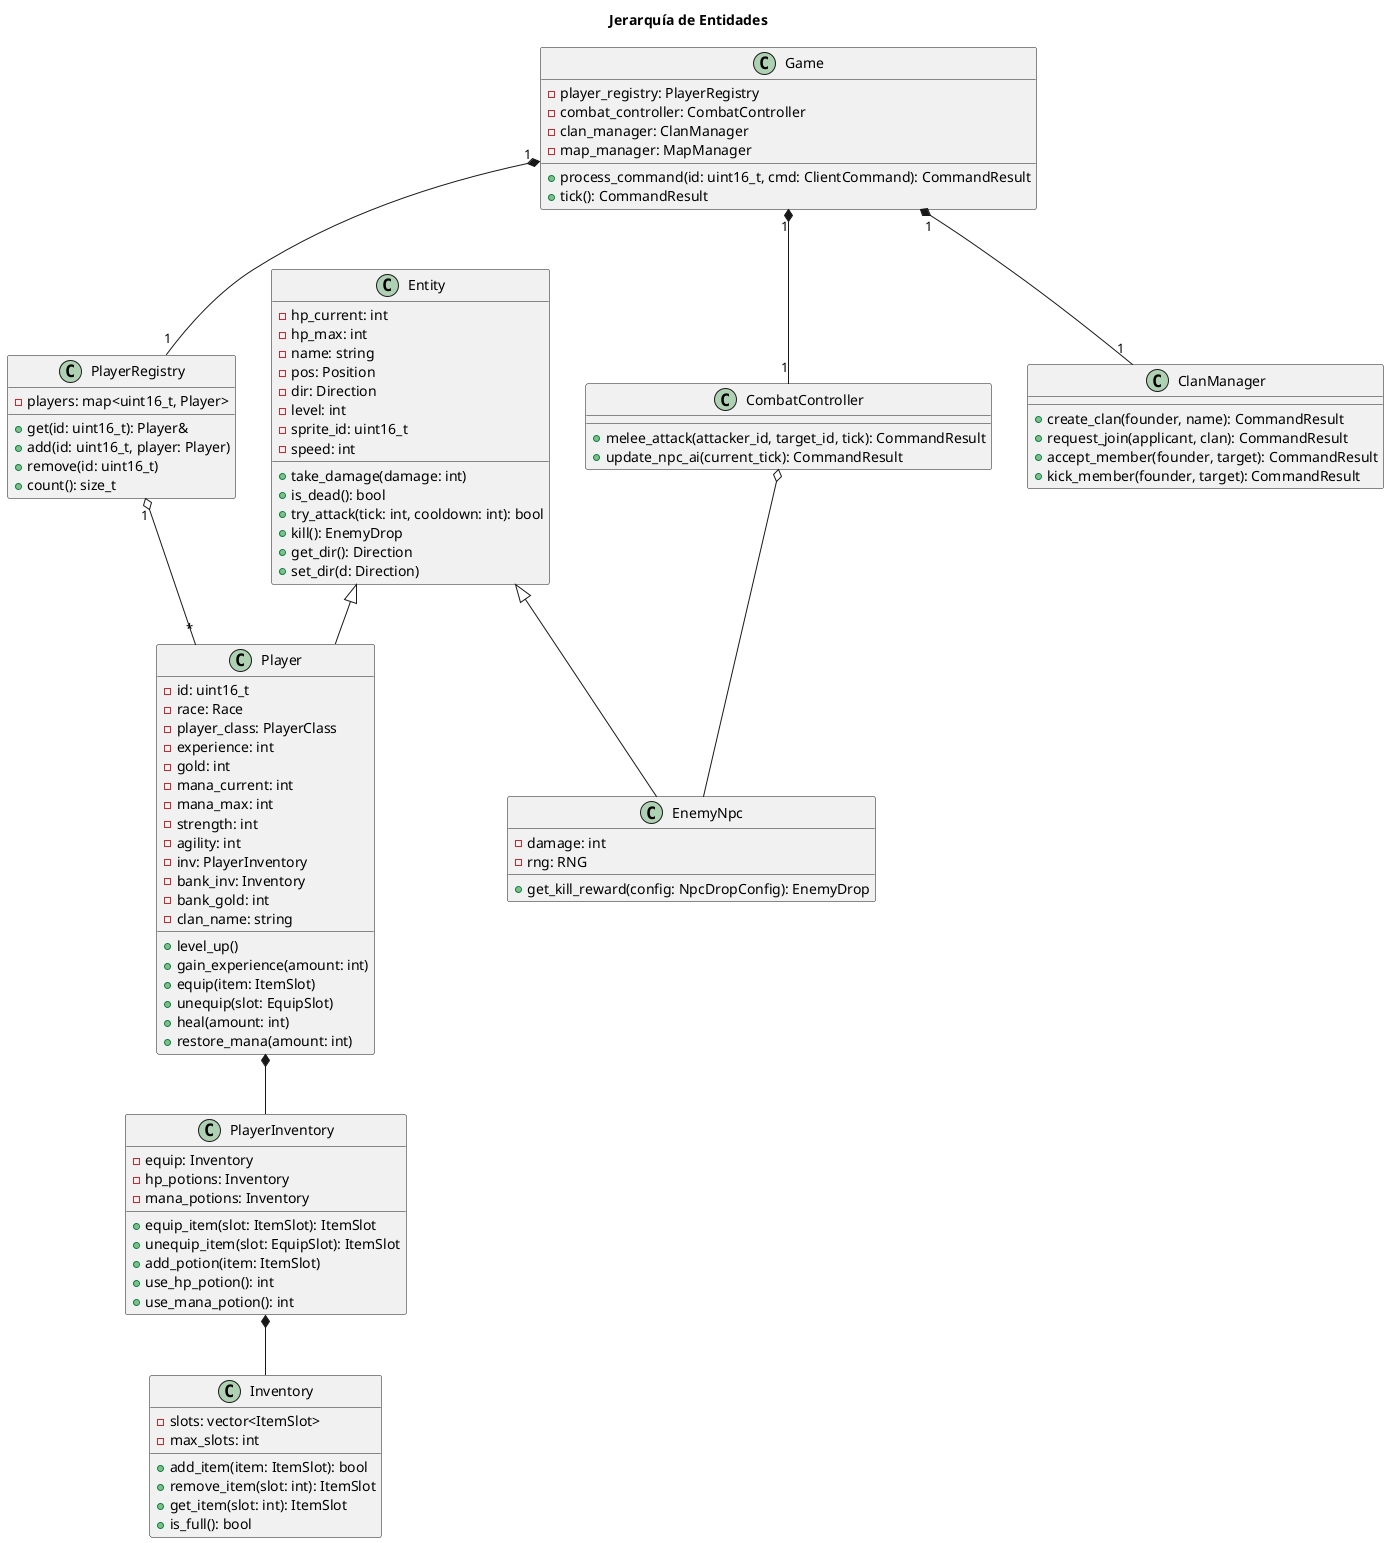
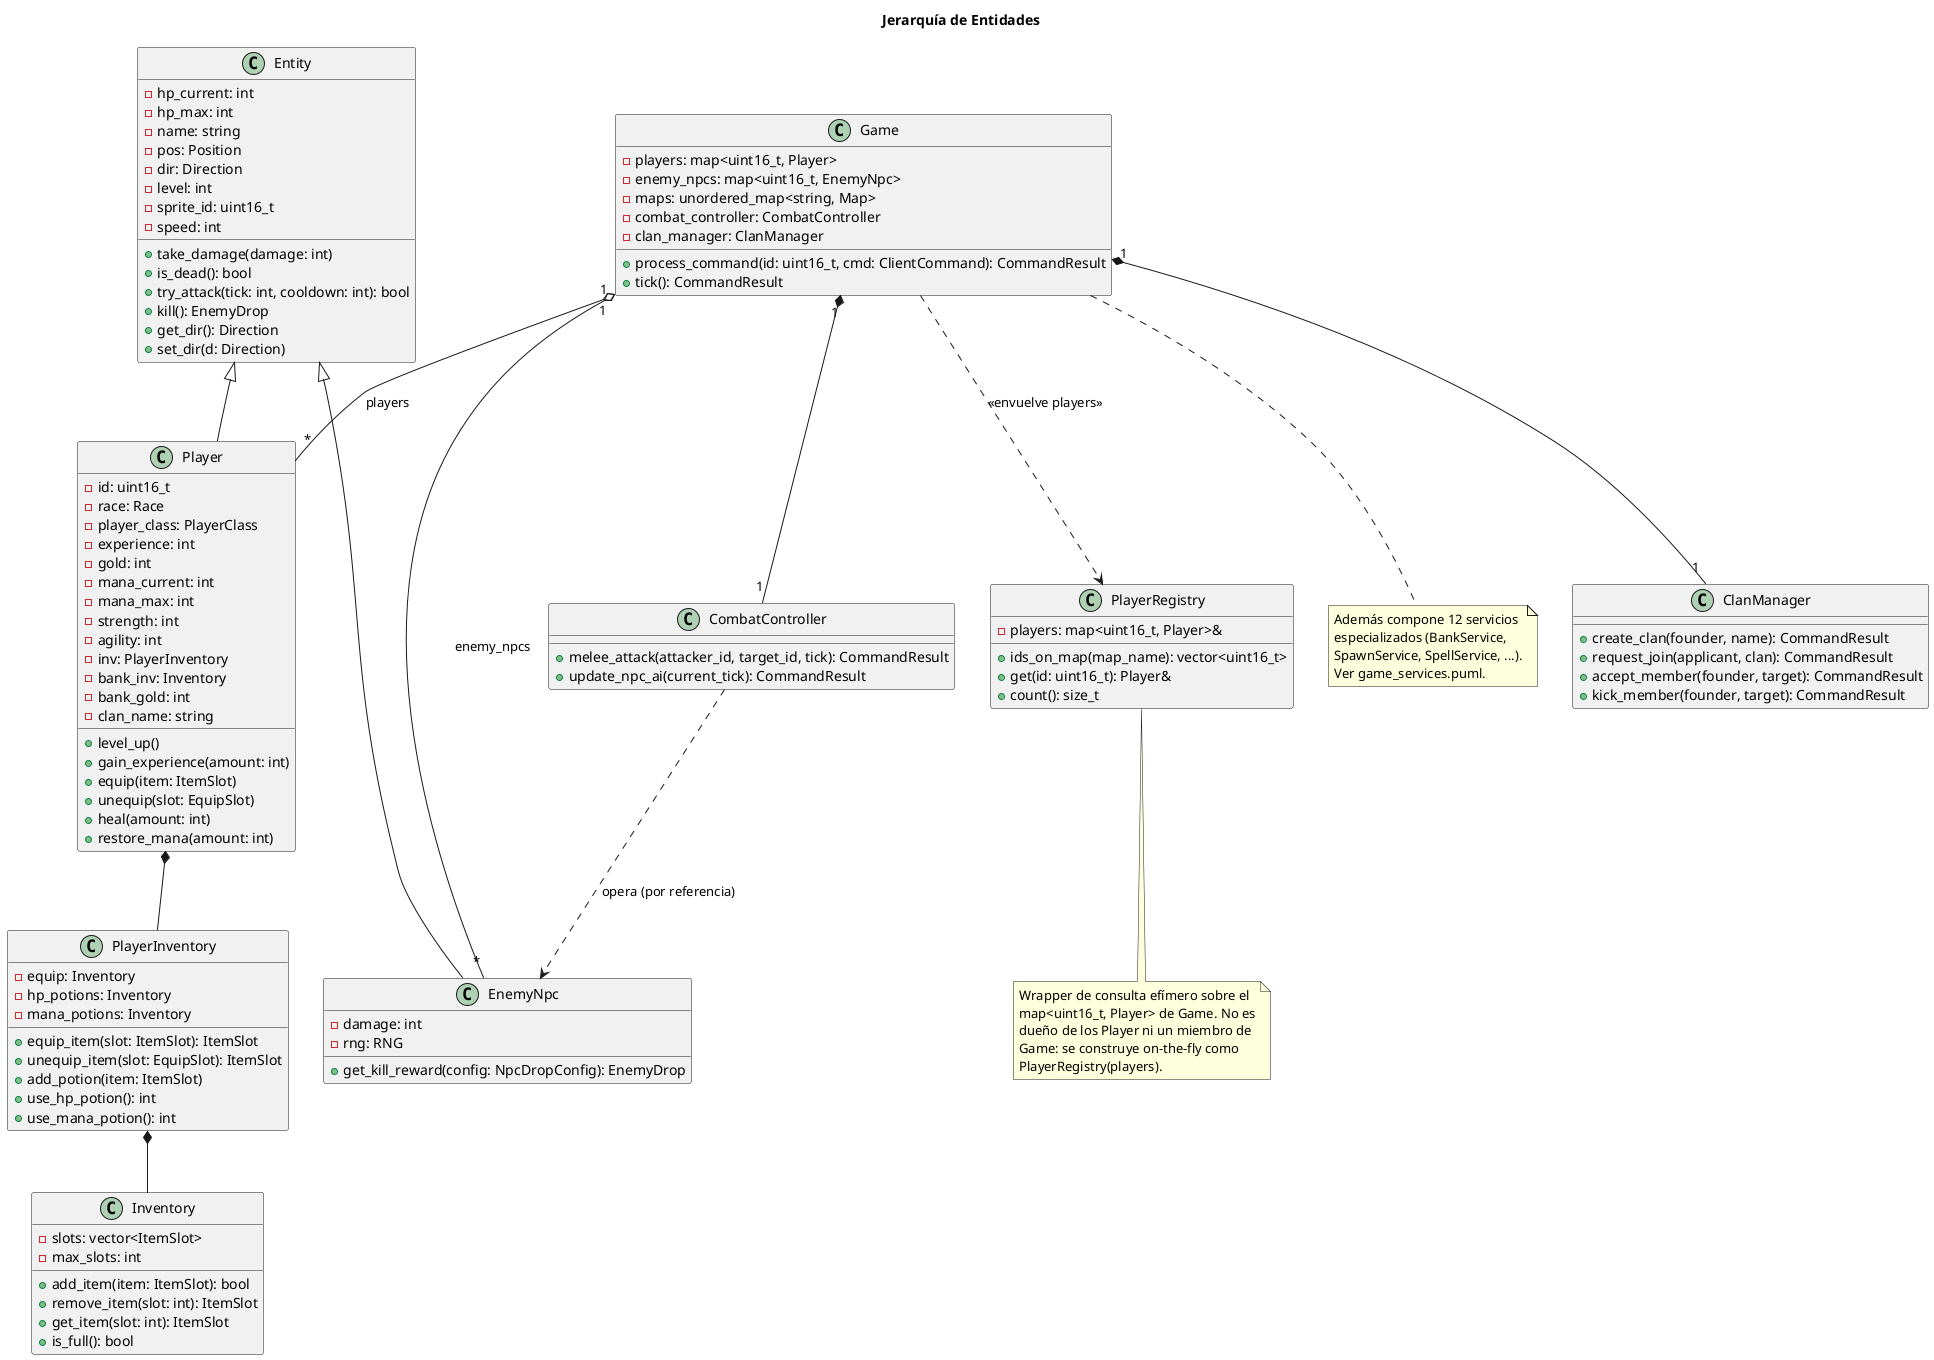
@startuml
title Jerarquía de Entidades

class Entity {
  - hp_current: int
  - hp_max: int
  - name: string
  - pos: Position
  - dir: Direction
  - level: int
  - sprite_id: uint16_t
  - speed: int
  + take_damage(damage: int)
  + is_dead(): bool
  + try_attack(tick: int, cooldown: int): bool
  + kill(): EnemyDrop
  + get_dir(): Direction
  + set_dir(d: Direction)
}

class Player {
  - id: uint16_t
  - race: Race
  - player_class: PlayerClass
  - experience: int
  - gold: int
  - mana_current: int
  - mana_max: int
  - strength: int
  - agility: int
  - inv: PlayerInventory
  - bank_inv: Inventory
  - bank_gold: int
  - clan_name: string
  + level_up()
  + gain_experience(amount: int)
  + equip(item: ItemSlot)
  + unequip(slot: EquipSlot)
  + heal(amount: int)
  + restore_mana(amount: int)
}

class EnemyNpc {
  - damage: int
  - rng: RNG
  + get_kill_reward(config: NpcDropConfig): EnemyDrop
}

class PlayerInventory {
  - equip: Inventory
  - hp_potions: Inventory
  - mana_potions: Inventory
  + equip_item(slot: ItemSlot): ItemSlot
  + unequip_item(slot: EquipSlot): ItemSlot
  + add_potion(item: ItemSlot)
  + use_hp_potion(): int
  + use_mana_potion(): int
}

class Inventory {
  - slots: vector<ItemSlot>
  - max_slots: int
  + add_item(item: ItemSlot): bool
  + remove_item(slot: int): ItemSlot
  + get_item(slot: int): ItemSlot
  + is_full(): bool
}

class PlayerRegistry {
-   - players: map<uint16_t, Player>
+   - players: map<uint16_t, Player>&
+   + ids_on_map(map_name): vector<uint16_t>
  + get(id: uint16_t): Player&
-   + add(id: uint16_t, player: Player)
-   + remove(id: uint16_t)
  + count(): size_t
}
+ note bottom of PlayerRegistry
+   Wrapper de consulta efímero sobre el
+   map<uint16_t, Player> de Game. No es
+   dueño de los Player ni un miembro de
+   Game: se construye on-the-fly como
+   PlayerRegistry(players).
+ end note

class Game {
-   - player_registry: PlayerRegistry
+   - players: map<uint16_t, Player>
+   - enemy_npcs: map<uint16_t, EnemyNpc>
+   - maps: unordered_map<string, Map>
  - combat_controller: CombatController
  - clan_manager: ClanManager
-   - map_manager: MapManager
  + process_command(id: uint16_t, cmd: ClientCommand): CommandResult
  + tick(): CommandResult
}
+ note bottom of Game
+   Además compone 12 servicios
+   especializados (BankService,
+   SpawnService, SpellService, ...).
+   Ver game_services.puml.
+ end note

class CombatController {
  + melee_attack(attacker_id, target_id, tick): CommandResult
  + update_npc_ai(current_tick): CommandResult
}

class ClanManager {
  + create_clan(founder, name): CommandResult
  + request_join(applicant, clan): CommandResult
  + accept_member(founder, target): CommandResult
  + kick_member(founder, target): CommandResult
}

Entity <|-- Player
Entity <|-- EnemyNpc
Player *-- PlayerInventory
PlayerInventory *-- Inventory
- Game "1" *-- "1" PlayerRegistry
+ Game "1" o-- "*" Player : players
+ Game "1" o-- "*" EnemyNpc : enemy_npcs
Game "1" *-- "1" CombatController
Game "1" *-- "1" ClanManager
- PlayerRegistry "1" o-- "*" Player
- CombatController o-- EnemyNpc
+ Game ..> PlayerRegistry : <<envuelve players>>
+ CombatController ..> EnemyNpc : opera (por referencia)
@enduml